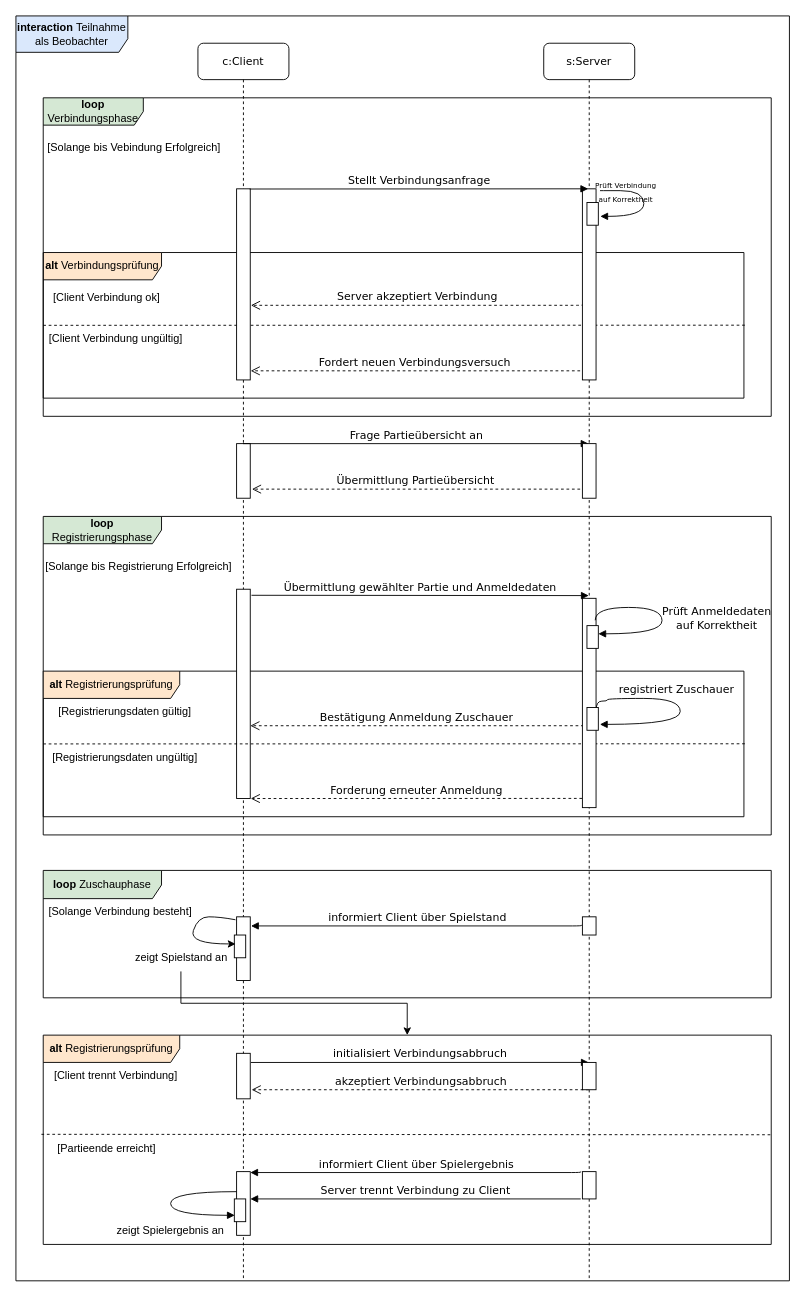
Above: page "Page-1" (1 of 2) of Documentation/Models/Teilnahme_als_Beobachter.drawio in LeverageAlex/DuneRTS (draw.io), before the change. Source tidied: cells renumbered, new cells numbered last; positions are measured from the earlier drawing's top-left corner, leaving out a move shared by most shapes. Both pictures are drawn from the tidied source at 91%, with x=0, y=0 at pixel (15, 15).
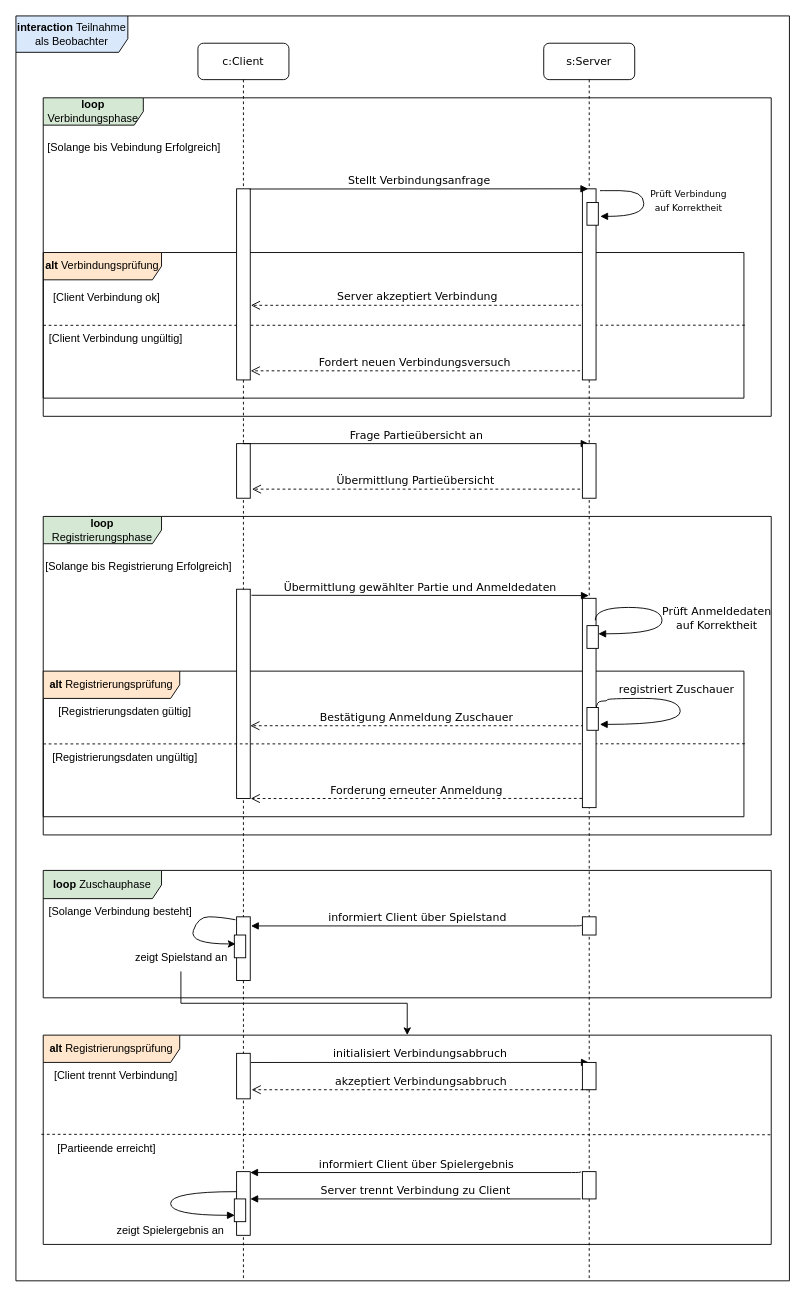
Above is the later version.

Unchanged cells that the change refers to:
```xml
<mxCell id="39" value="s:Server" style="shape=umlLifeline;perimeter=lifelinePerimeter;whiteSpace=wrap;html=1;outlineConnect=0;rounded=1;shadow=0;comic=0;labelBackgroundColor=none;strokeWidth=1;fontFamily=Verdana;fontSize=12;align=center;" parent="1" vertex="1">
  <mxGeometry x="580" y="30" width="100" height="1360" as="geometry" />
</mxCell>
<mxCell id="41" style="html=1;points=[];perimeter=orthogonalPerimeter;rounded=0;shadow=0;comic=0;labelBackgroundColor=none;strokeWidth=1;fontFamily=Verdana;fontSize=12;align=center;" parent="39" vertex="1">
  <mxGeometry x="47.5" y="175" width="12.5" height="25" as="geometry" />
</mxCell>
```

Diff of the diagram source:
```diff
@@
-    <mxCell id="42" value="&lt;font style=&quot;font-size: 8px&quot;&gt;Prüft Verbindung&lt;br&gt;auf Korrektheit&lt;/font&gt;" style="html=1;verticalAlign=bottom;endArrow=block;labelBackgroundColor=none;fontFamily=Verdana;fontSize=12;elbow=vertical;edgeStyle=orthogonalEdgeStyle;curved=1;entryX=1.172;entryY=0.61;entryDx=0;entryDy=0;entryPerimeter=0;" parent="39" edge="1" target="41">
-      <mxGeometry x="0.58" y="-10" relative="1" as="geometry">
+    <mxCell id="42" value="&lt;font style=&quot;font-size: 10px&quot;&gt;Prüft Verbindung&lt;br&gt;auf Korrektheit&lt;/font&gt;" style="html=1;verticalAlign=bottom;endArrow=block;labelBackgroundColor=none;fontFamily=Verdana;fontSize=12;elbow=vertical;edgeStyle=orthogonalEdgeStyle;curved=1;entryX=1.172;entryY=0.61;entryDx=0;entryDy=0;entryPerimeter=0;" parent="39" edge="1" target="41">
+      <mxGeometry x="0.28" y="50" relative="1" as="geometry">
         <mxPoint x="62" y="162" as="sourcePoint" />
         <Array as="points">
           <mxPoint x="58" y="162" />
           <mxPoint x="110" y="162" />
           <mxPoint x="110" y="190" />
         </Array>
+        <mxPoint x="50" y="-50" as="offset" />
       </mxGeometry>
     </mxCell>
```
